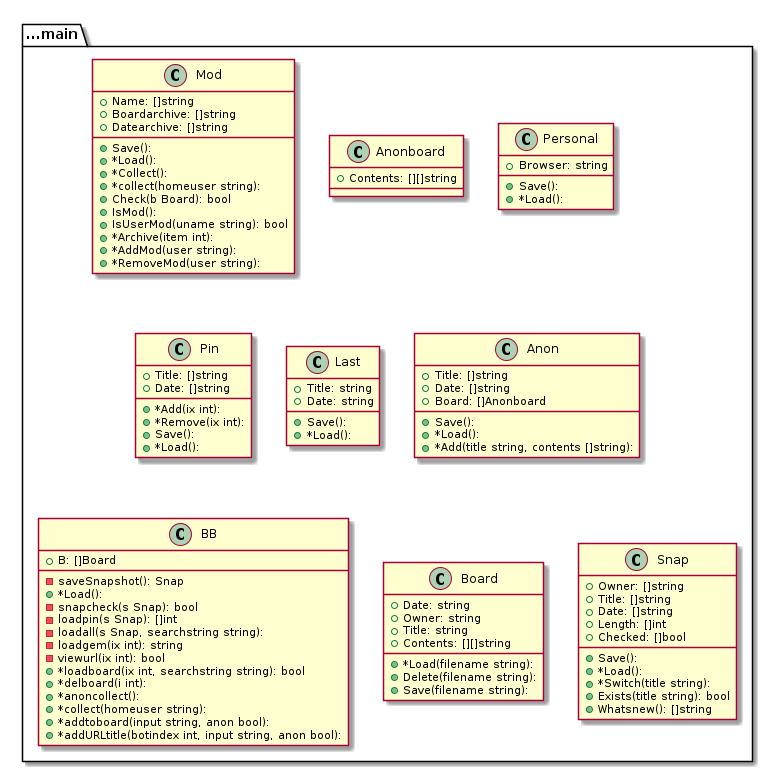
Before: graph.png, a diagram exported from PlantUML (tbal999/bb).
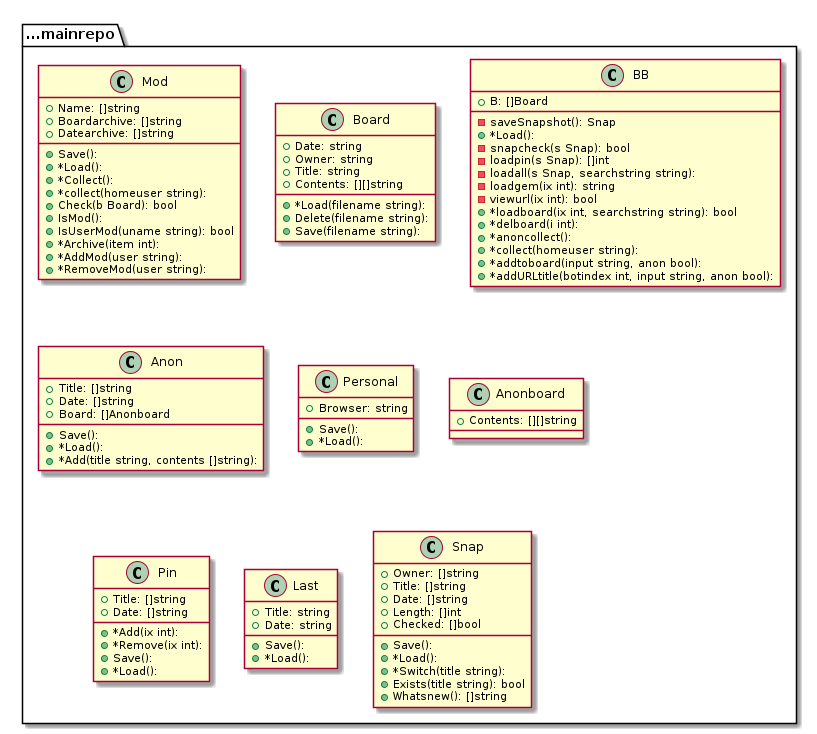
After the change.

The edit, as a diff of the source:
```diff
@@ -1,5 +1,5 @@
 @startuml
-package ...main{
+package ...mainrepo{
 class Mod {
 +Name: []string
 +Boardarchive: []string
@@ -16,48 +16,18 @@
 +*RemoveMod(user string):
 }
 }
-package ...main{
-class Anonboard {
+package ...mainrepo{
+class Board {
++Date: string
++Owner: string
++Title: string
 +Contents: [][]string
-
++*Load(filename string):
++Delete(filename string):
++Save(filename string):
 }
 }
-package ...main{
-class Personal {
-+Browser: string
-+Save():
-+*Load():
-}
-}
-package ...main{
-class Pin {
-+Title: []string
-+Date: []string
-+*Add(ix int):
-+*Remove(ix int):
-+Save():
-+*Load():
-}
-}
-package ...main{
-class Last {
-+Title: string
-+Date: string
-+Save():
-+*Load():
-}
-}
-package ...main{
-class Anon {
-+Title: []string
-+Date: []string
-+Board: []Anonboard
-+Save():
-+*Load():
-+*Add(title string, contents []string):
-}
-}
-package ...main{
+package ...mainrepo{
 class BB {
 +B: []Board
 -saveSnapshot(): Snap
@@ -75,18 +45,48 @@
 +*addURLtitle(botindex int, input string, anon bool):
 }
 }
-package ...main{
-class Board {
-+Date: string
-+Owner: string
-+Title: string
-+Contents: [][]string
-+*Load(filename string):
-+Delete(filename string):
-+Save(filename string):
+package ...mainrepo{
+class Anon {
++Title: []string
++Date: []string
++Board: []Anonboard
++Save():
++*Load():
++*Add(title string, contents []string):
 }
 }
-package ...main{
+package ...mainrepo{
+class Personal {
++Browser: string
++Save():
++*Load():
+}
+}
+package ...mainrepo{
+class Anonboard {
++Contents: [][]string
+
+}
+}
+package ...mainrepo{
+class Pin {
++Title: []string
++Date: []string
++*Add(ix int):
++*Remove(ix int):
++Save():
++*Load():
+}
+}
+package ...mainrepo{
+class Last {
++Title: string
++Date: string
++Save():
++*Load():
+}
+}
+package ...mainrepo{
 class Snap {
 +Owner: []string
 +Title: []string
```
